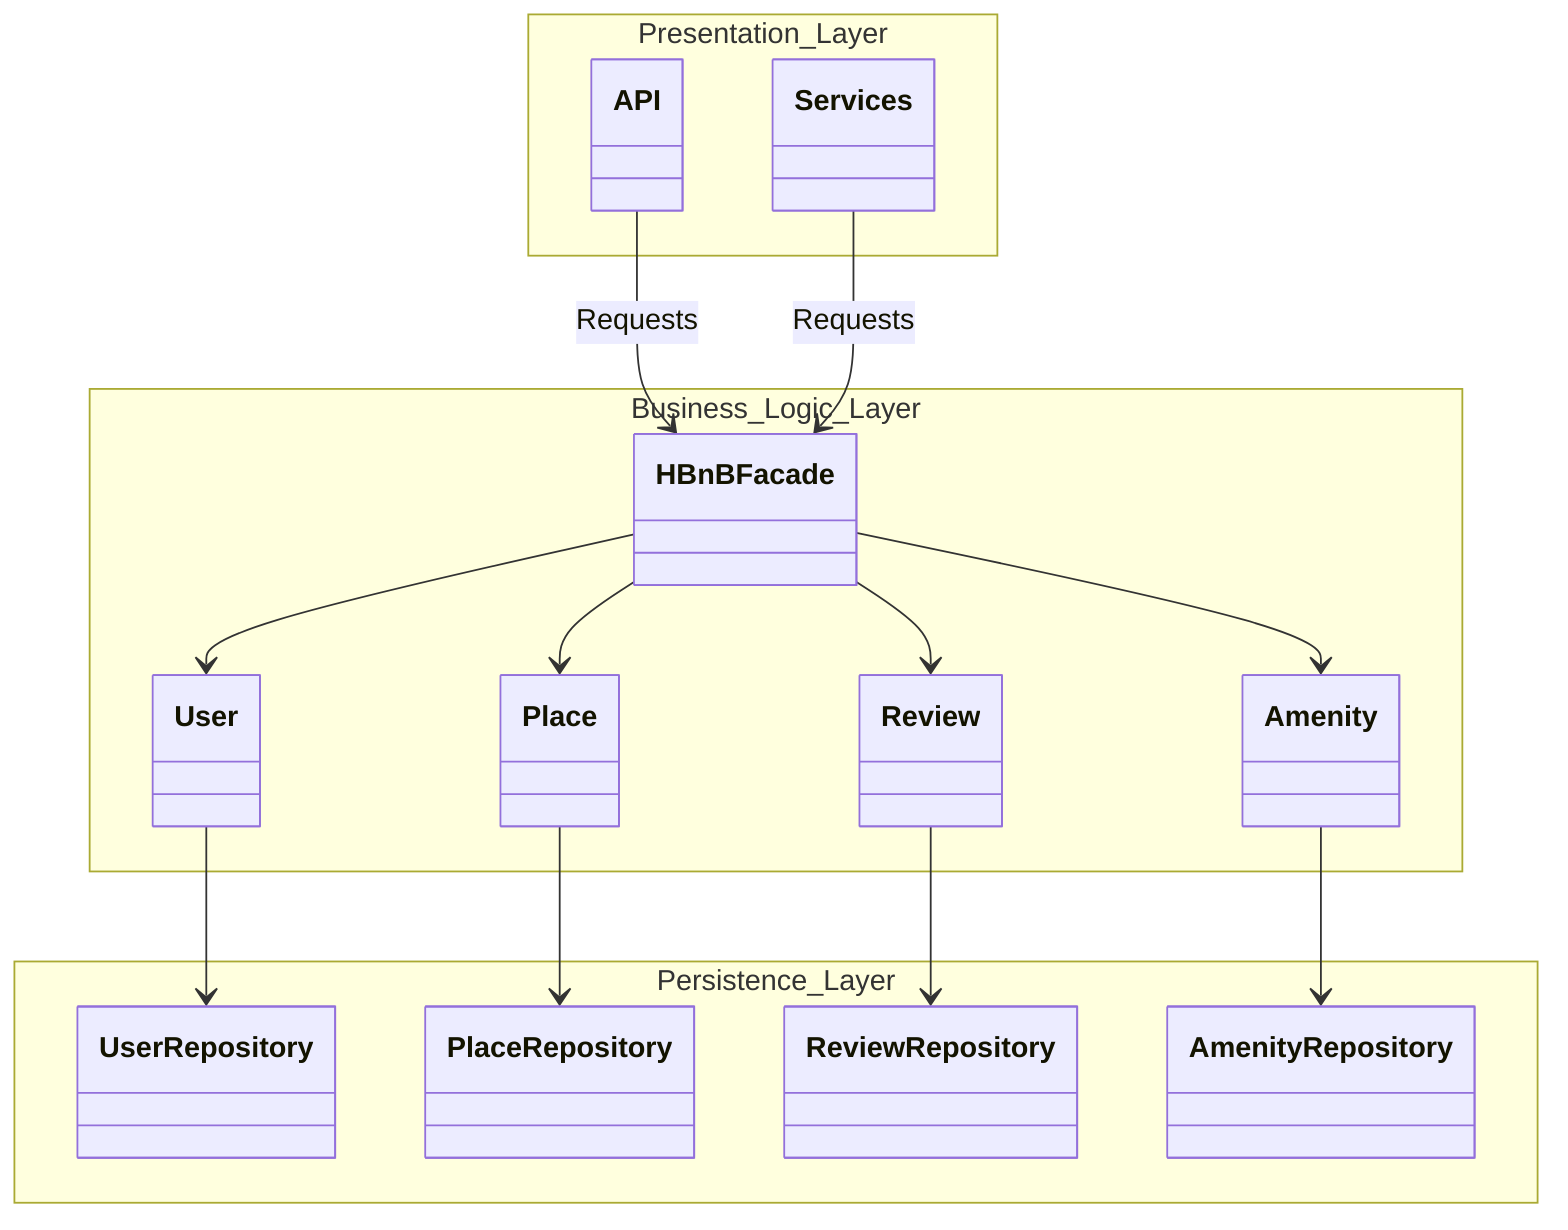
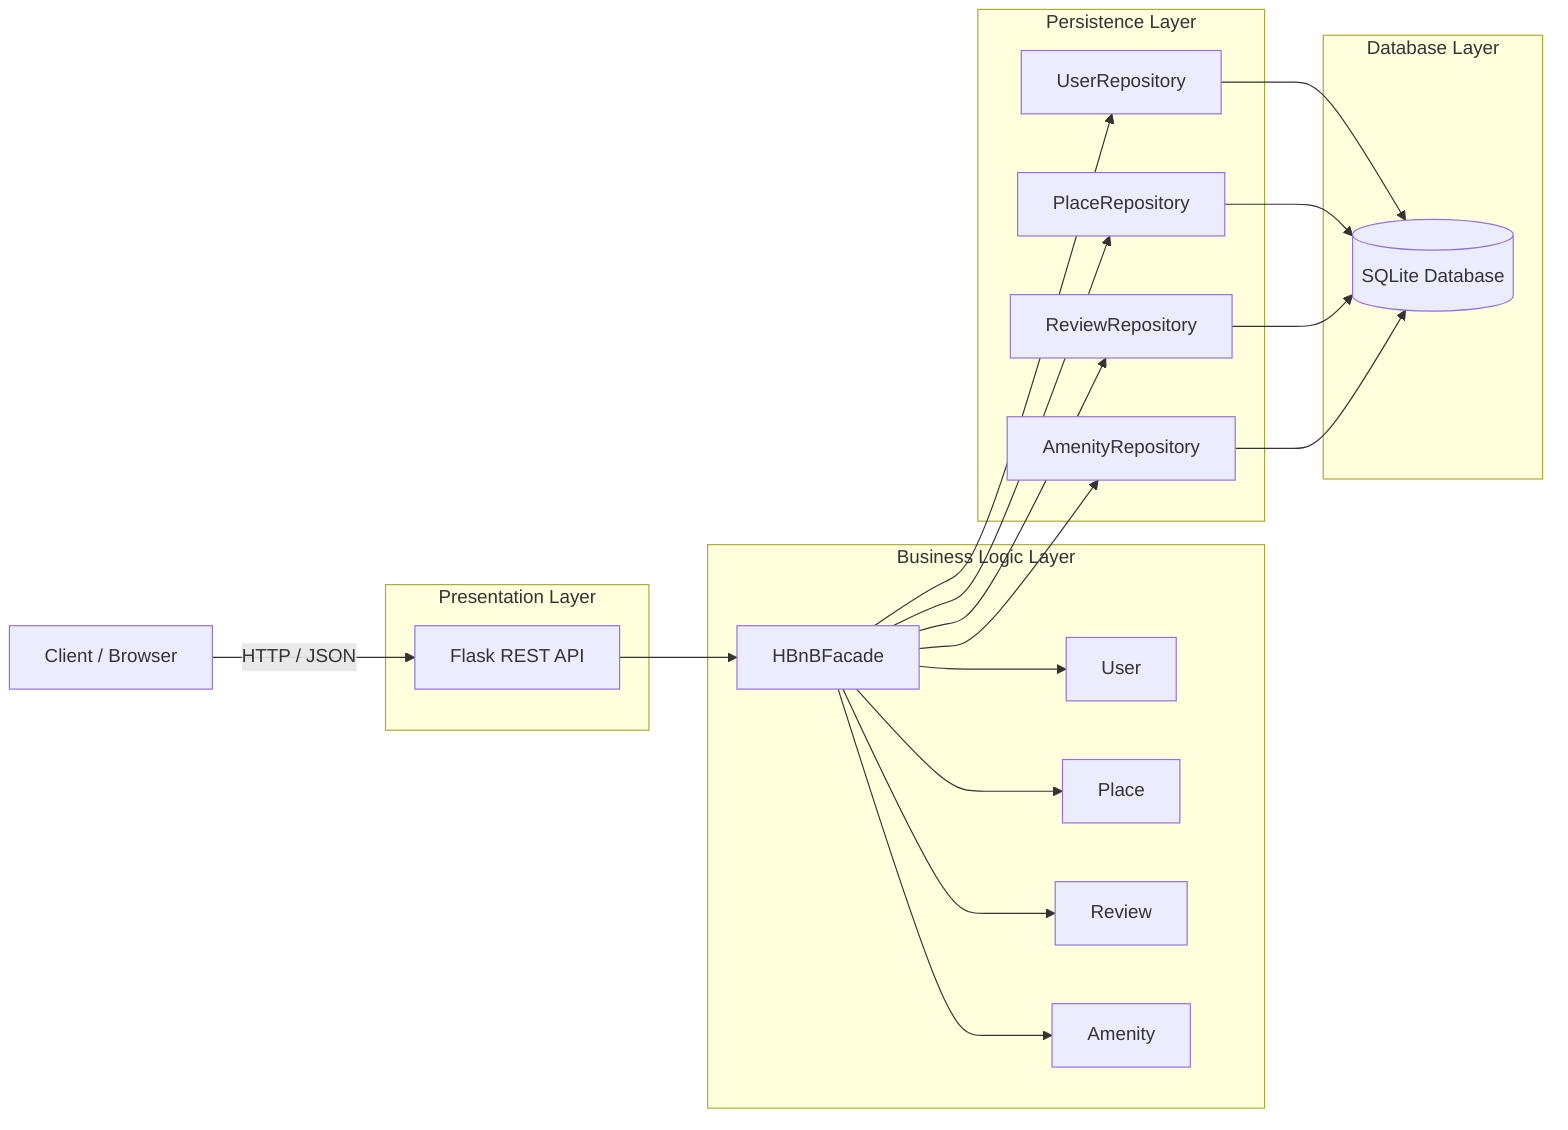
- classDiagram
+ flowchart LR

- namespace Presentation_Layer {
-     class API
-     class Services
- }
+     Client["Client / Browser"]

- namespace Business_Logic_Layer {
-     class HBnBFacade
-     class User
-     class Place
-     class Review
-     class Amenity
- }
+     subgraph Presentation["Presentation Layer"]
+         API["Flask REST API"]
+     end

- namespace Persistence_Layer {
-     class UserRepository
-     class PlaceRepository
-     class ReviewRepository
-     class AmenityRepository
- }
+     subgraph Business["Business Logic Layer"]
+         Facade["HBnBFacade"]
+         User["User"]
+         Place["Place"]
+         Review["Review"]
+         Amenity["Amenity"]
+     end

- API --> HBnBFacade : Requests
- Services --> HBnBFacade : Requests
+     subgraph Persistence["Persistence Layer"]
+         UserRepository["UserRepository"]
+         PlaceRepository["PlaceRepository"]
+         ReviewRepository["ReviewRepository"]
+         AmenityRepository["AmenityRepository"]
+     end

- HBnBFacade --> User
- HBnBFacade --> Place
- HBnBFacade --> Review
- HBnBFacade --> Amenity
+     subgraph Database["Database Layer"]
+         SQLite[("SQLite Database")]
+     end

- User --> UserRepository
- Place --> PlaceRepository
- Review --> ReviewRepository
- Amenity --> AmenityRepository
+     Client -->|"HTTP / JSON"| API
+     API --> Facade
+ 
+     Facade --> User
+     Facade --> Place
+     Facade --> Review
+     Facade --> Amenity
+ 
+     Facade --> UserRepository
+     Facade --> PlaceRepository
+     Facade --> ReviewRepository
+     Facade --> AmenityRepository
+ 
+     UserRepository --> SQLite
+     PlaceRepository --> SQLite
+     ReviewRepository --> SQLite
+     AmenityRepository --> SQLite
